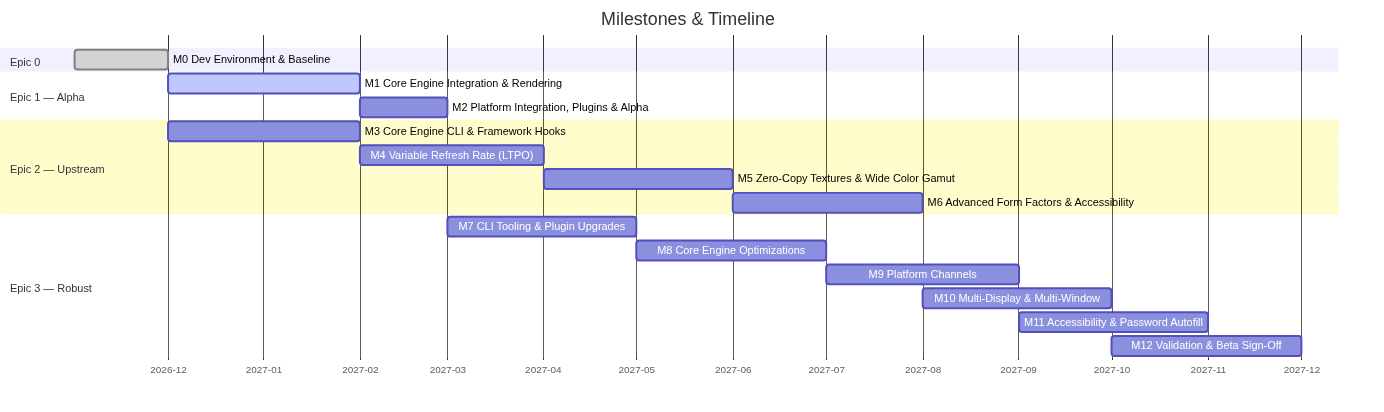
davidinux/pub keeps this Mermaid diagram as conferences/oniro-prague-2026/images/milestones-timeline.png. Above is the earlier version. Its source is kept beside it as conferences/oniro-prague-2026/diagrams/milestones-timeline.mmd.
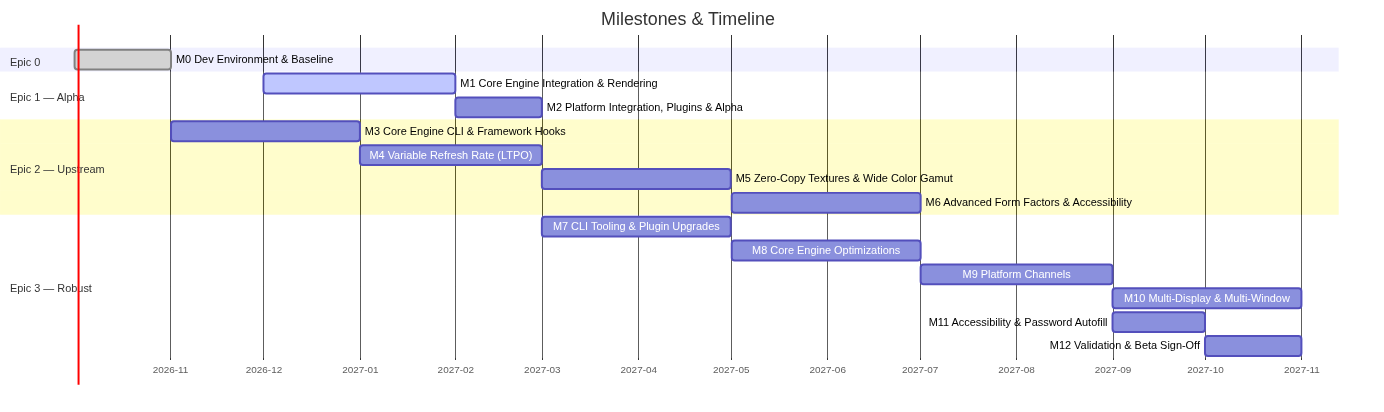
The same file after the commit.

Change to the diagram source:
```diff
@@ -3,19 +3,19 @@
     dateFormat  YYYY-MM
     axisFormat  %Y-%m
     section Epic 0
-    M0 Dev Environment & Baseline :done, m0, 2026-11-01, 1M
+    M0 Dev Environment & Baseline :done, m0, 2026-10-01, 1M
     section Epic 1 — Alpha
     M1 Core Engine Integration & Rendering :active, m1, 2026-12-01, 2M
     M2 Platform Integration, Plugins & Alpha :m2, 2027-02-01, 1M
     section Epic 2 — Upstream
-    M3 Core Engine CLI & Framework Hooks :m3, 2026-12-01, 2M
-    M4 Variable Refresh Rate (LTPO) :m4, 2027-02-01, 2M
-    M5 Zero-Copy Textures & Wide Color Gamut :m5, 2027-04-01, 2M
-    M6 Advanced Form Factors & Accessibility :m6, 2027-06-01, 2M
+    M3 Core Engine CLI & Framework Hooks :m3, 2026-11-01, 2M
+    M4 Variable Refresh Rate (LTPO) :m4, 2027-01-01, 2M
+    M5 Zero-Copy Textures & Wide Color Gamut :m5, 2027-03-01, 2M
+    M6 Advanced Form Factors & Accessibility :m6, 2027-05-01, 2M
     section Epic 3 — Robust
     M7 CLI Tooling & Plugin Upgrades :m7, 2027-03-01, 2M
     M8 Core Engine Optimizations :m8, 2027-05-01, 2M
     M9 Platform Channels :m9, 2027-07-01, 2M
-    M10 Multi-Display & Multi-Window :m10, 2027-08-01, 2M
-    M11 Accessibility & Password Autofill :m11, 2027-09-01, 2M
-    M12 Validation & Beta Sign-Off :m12, 2027-10-01, 2M
+    M10 Multi-Display & Multi-Window :m10, 2027-09-01, 2M
+    M11 Accessibility & Password Autofill :m11, 2027-09-01, 1M
+    M12 Validation & Beta Sign-Off :m12, 2027-10-01, 1M
```
